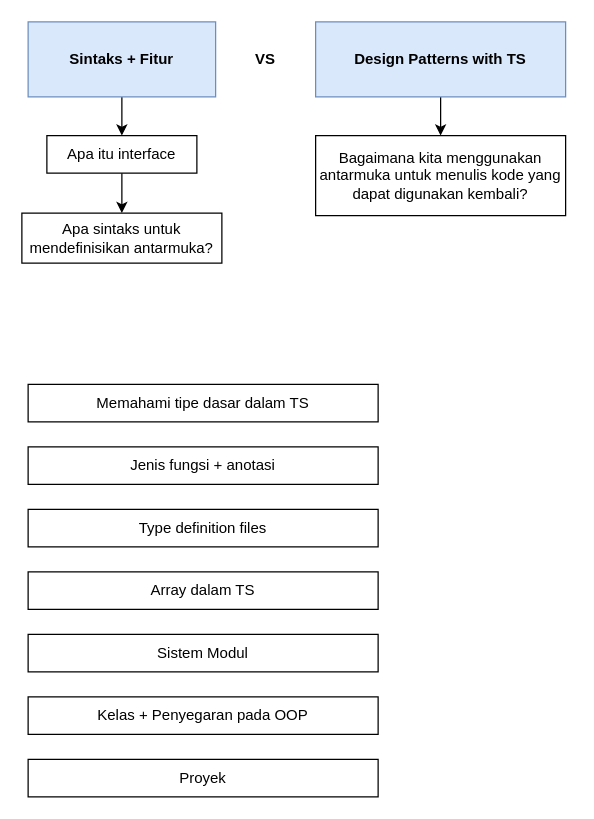
Earlier version of the draw.io diagram Typescript.drawio (imbarwinata/typescript). Source tidied: cells renumbered, new cells numbered last; positions are measured from the earlier drawing's top-left corner, leaving out a move shared by most shapes. Both pictures are drawn from the tidied source at 125%, with x=0, y=0 at pixel (21, 21).
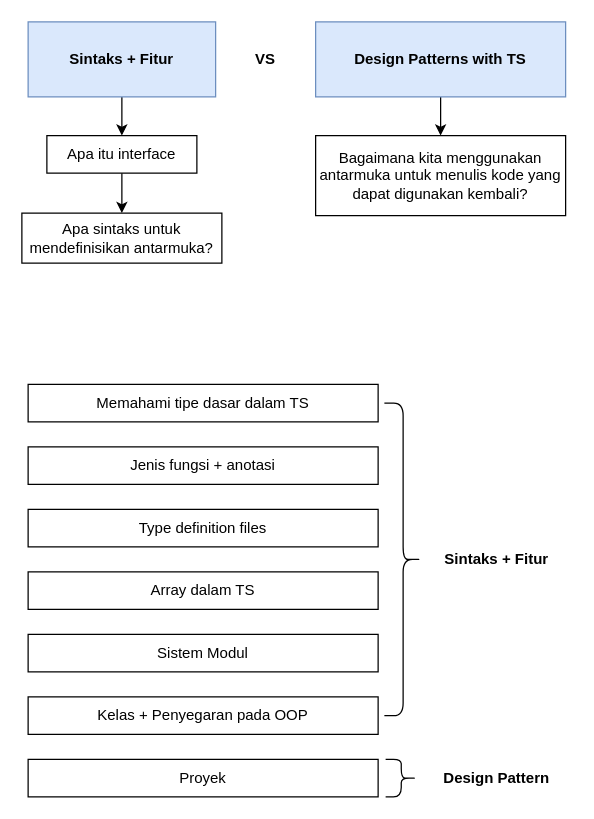
Above is the later version.

Diff of the diagram source:
```diff
@@
+    <mxCell id="18" style="shape=curlyBracket;whiteSpace=wrap;html=1;rounded=1;direction=west;" parent="1" vertex="1">
+      <mxGeometry x="290" y="305" width="30" height="250" as="geometry" />
+    </mxCell>
+    <mxCell id="19" value="&lt;span style=&quot;font-weight: 700&quot;&gt;Sintaks + Fitur&lt;/span&gt;" style="text;html=1;strokeColor=none;fillColor=none;align=center;verticalAlign=middle;whiteSpace=wrap;rounded=0;" parent="1" vertex="1">
+      <mxGeometry x="320" y="420" width="120" height="20" as="geometry" />
+    </mxCell>
+    <mxCell id="20" style="shape=curlyBracket;whiteSpace=wrap;html=1;rounded=1;direction=west;" parent="1" vertex="1">
+      <mxGeometry x="291" y="590" width="25" height="30" as="geometry" />
+    </mxCell>
+    <mxCell id="21" value="&lt;span style=&quot;font-weight: 700&quot;&gt;Design Pattern&lt;/span&gt;" style="text;html=1;strokeColor=none;fillColor=none;align=center;verticalAlign=middle;whiteSpace=wrap;rounded=0;" parent="1" vertex="1">
+      <mxGeometry x="320" y="595" width="120" height="20" as="geometry" />
+    </mxCell>
```
